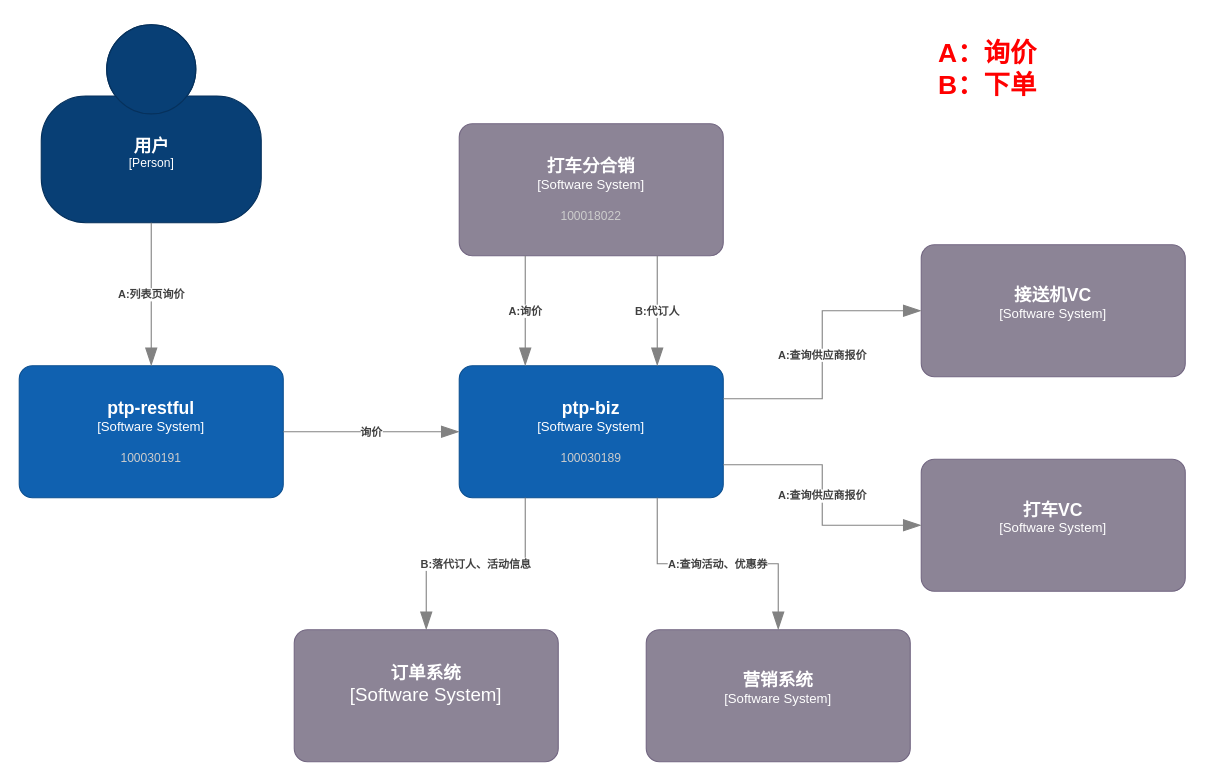
miareko/c4-diagram keeps this draw.io diagram as Untitled Diagram.drawio. Above is the earlier version. Source tidied: cells renumbered, new cells numbered last; positions are measured from the earlier drawing's top-left corner, leaving out a move shared by most shapes. Both pictures are drawn from the tidied source at 110%, with x=0, y=0 at pixel (19, 24).
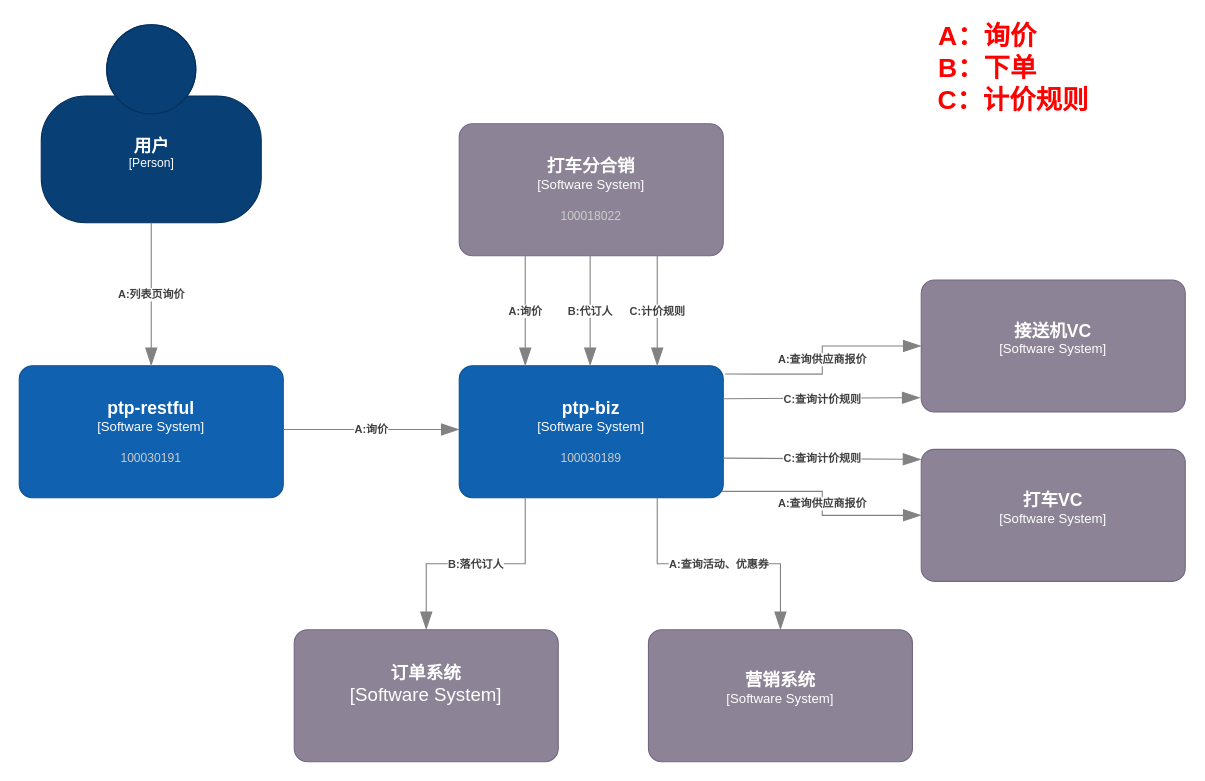
Above is the later version.

Unchanged cells that the change refers to:
```xml
<object id="3" label="&lt;font style=&quot;font-size: 16px&quot;&gt;&lt;b&gt;%c4Name%&lt;/b&gt;&lt;/font&gt;&lt;div&gt;[%c4Type%]&lt;/div&gt;&lt;br&gt;&lt;div&gt;&lt;font style=&quot;font-size: 11px&quot;&gt;&lt;font color=&quot;#cccccc&quot;&gt;%c4Description%&lt;/font&gt;&lt;/div&gt;" c4Description="100030191" c4Name="ptp-restful" c4Type="Software System" placeholders="1">
  <mxCell style="rounded=1;whiteSpace=wrap;html=1;labelBackgroundColor=none;fillColor=#1061B0;fontColor=#ffffff;align=center;arcSize=10;strokeColor=#0D5091;points=[[0.25,0,0],[0.5,0,0],[0.75,0,0],[1,0.25,0],[1,0.5,0],[1,0.75,0],[0.75,1,0],[0.5,1,0],[0.25,1,0],[0,0.75,0],[0,0.5,0],[0,0.25,0]];" parent="1" vertex="1">
    <mxGeometry y="310" width="240" height="120" as="geometry" />
  </mxCell>
</object>
<object id="4" label="&lt;font style=&quot;font-size: 16px&quot;&gt;&lt;b&gt;%c4Name%&lt;/b&gt;&lt;/font&gt;&lt;div&gt;[%c4Type%]&lt;/div&gt;&lt;br&gt;&lt;div&gt;&lt;font style=&quot;font-size: 11px&quot;&gt;&lt;font color=&quot;#cccccc&quot;&gt;%c4Description%&lt;/font&gt;&lt;/div&gt;" c4Description="100030189" c4Name="ptp-biz" c4Type="Software System" placeholders="1">
  <mxCell style="rounded=1;whiteSpace=wrap;html=1;labelBackgroundColor=none;fillColor=#1061B0;fontColor=#ffffff;align=center;arcSize=10;strokeColor=#0D5091;points=[[0.25,0,0],[0.5,0,0],[0.75,0,0],[1,0.25,0],[1,0.5,0],[1,0.75,0],[0.75,1,0],[0.5,1,0],[0.25,1,0],[0,0.75,0],[0,0.5,0],[0,0.25,0]];" parent="1" vertex="1">
    <mxGeometry x="400" y="310" width="240" height="120" as="geometry" />
  </mxCell>
</object>
<object id="8" label="&lt;font style=&quot;font-size: 16px&quot;&gt;&lt;b&gt;%c4Name%&lt;/b&gt;&lt;/font&gt;&lt;div&gt;[%c4Type%]&lt;/div&gt;&lt;br&gt;&lt;div&gt;&lt;font style=&quot;font-size: 11px&quot;&gt;&lt;font color=&quot;#cccccc&quot;&gt;%c4Description%&lt;/font&gt;&lt;/div&gt;" c4Description="100018022" c4Name="打车分合销" c4Type="Software System" placeholders="1">
  <mxCell style="rounded=1;whiteSpace=wrap;html=1;labelBackgroundColor=none;fillColor=#8C8496;fontColor=#ffffff;align=center;arcSize=10;strokeColor=#736782;points=[[0.25,0,0],[0.5,0,0],[0.75,0,0],[1,0.25,0],[1,0.5,0],[1,0.75,0],[0.75,1,0],[0.5,1,0],[0.25,1,0],[0,0.75,0],[0,0.5,0],[0,0.25,0]];" parent="1" vertex="1">
    <mxGeometry x="400" y="90" width="240" height="120" as="geometry" />
  </mxCell>
</object>
<object id="11" label="&lt;font style=&quot;font-size: 16px&quot;&gt;&lt;b&gt;%c4Name%&lt;/b&gt;&lt;/font&gt;&lt;div&gt;[%c4Type%]&lt;/div&gt;&lt;br&gt;&lt;div&gt;&lt;font style=&quot;font-size: 11px&quot;&gt;&lt;font color=&quot;#cccccc&quot;&gt;%c4Description%&lt;/font&gt;&lt;/div&gt;" c4Description="" c4Name="订单系统" c4Type="Software System" placeholders="1">
  <mxCell style="rounded=1;whiteSpace=wrap;html=1;labelBackgroundColor=none;fillColor=#8C8496;fontColor=#ffffff;align=center;arcSize=10;strokeColor=#736782;points=[[0.25,0,0],[0.5,0,0],[0.75,0,0],[1,0.25,0],[1,0.5,0],[1,0.75,0],[0.75,1,0],[0.5,1,0],[0.25,1,0],[0,0.75,0],[0,0.5,0],[0,0.25,0]];fontSize=17;" parent="1" vertex="1">
    <mxGeometry x="250" y="550" width="240" height="120" as="geometry" />
  </mxCell>
</object>
```

Diff of the diagram source:
```diff
@@
     <object id="5" label="&lt;font style=&quot;font-size: 16px&quot;&gt;&lt;b&gt;%c4Name%&lt;/b&gt;&lt;/font&gt;&lt;div&gt;[%c4Type%]&lt;/div&gt;&lt;br&gt;&lt;div&gt;&lt;font style=&quot;font-size: 11px&quot;&gt;&lt;font color=&quot;#cccccc&quot;&gt;%c4Description%&lt;/font&gt;&lt;/div&gt;" c4Description="" c4Name="接送机VC" c4Type="Software System" placeholders="1">
       <mxCell style="rounded=1;whiteSpace=wrap;html=1;labelBackgroundColor=none;fillColor=#8C8496;fontColor=#ffffff;align=center;arcSize=10;strokeColor=#736782;points=[[0.25,0,0],[0.5,0,0],[0.75,0,0],[1,0.25,0],[1,0.5,0],[1,0.75,0],[0.75,1,0],[0.5,1,0],[0.25,1,0],[0,0.75,0],[0,0.5,0],[0,0.25,0]];" parent="1" vertex="1">
-        <mxGeometry x="820" y="200" width="240" height="120" as="geometry" />
+        <mxGeometry x="820" y="232" width="240" height="120" as="geometry" />
       </mxCell>
     </object>
     <object id="6" label="&lt;font style=&quot;font-size: 16px&quot;&gt;&lt;b&gt;%c4Name%&lt;/b&gt;&lt;/font&gt;&lt;div&gt;[%c4Type%]&lt;/div&gt;&lt;br&gt;&lt;div&gt;&lt;font style=&quot;font-size: 11px&quot;&gt;&lt;font color=&quot;#cccccc&quot;&gt;%c4Description%&lt;/font&gt;&lt;/div&gt;" c4Description="" c4Name="打车VC" c4Type="Software System" placeholders="1">
       <mxCell style="rounded=1;whiteSpace=wrap;html=1;labelBackgroundColor=none;fillColor=#8C8496;fontColor=#ffffff;align=center;arcSize=10;strokeColor=#736782;points=[[0.25,0,0],[0.5,0,0],[0.75,0,0],[1,0.25,0],[1,0.5,0],[1,0.75,0],[0.75,1,0],[0.5,1,0],[0.25,1,0],[0,0.75,0],[0,0.5,0],[0,0.25,0]];" parent="1" vertex="1">
-        <mxGeometry x="820" y="395" width="240" height="120" as="geometry" />
+        <mxGeometry x="820" y="386" width="240" height="120" as="geometry" />
       </mxCell>
     </object>
     <object id="7" label="&lt;font style=&quot;font-size: 16px&quot;&gt;&lt;b&gt;%c4Name%&lt;/b&gt;&lt;/font&gt;&lt;div&gt;[%c4Type%]&lt;/div&gt;&lt;br&gt;&lt;div&gt;&lt;font style=&quot;font-size: 11px&quot;&gt;&lt;font color=&quot;#cccccc&quot;&gt;%c4Description%&lt;/font&gt;&lt;/div&gt;" c4Description="" c4Name="营销系统" c4Type="Software System" placeholders="1">
       <mxCell style="rounded=1;whiteSpace=wrap;html=1;labelBackgroundColor=none;fillColor=#8C8496;fontColor=#ffffff;align=center;arcSize=10;strokeColor=#736782;points=[[0.25,0,0],[0.5,0,0],[0.75,0,0],[1,0.25,0],[1,0.5,0],[1,0.75,0],[0.75,1,0],[0.5,1,0],[0.25,1,0],[0,0.75,0],[0,0.5,0],[0,0.25,0]];" parent="1" vertex="1">
-        <mxGeometry x="570" y="550" width="240" height="120" as="geometry" />
+        <mxGeometry x="572" y="550" width="240" height="120" as="geometry" />
       </mxCell>
     </object>
@@
-    <object id="10" label="&lt;div style=&quot;text-align: left&quot;&gt;&lt;div style=&quot;text-align: center&quot;&gt;&lt;b&gt;%c4Description%&lt;/b&gt;&lt;/div&gt;" c4Description="询价" placeholders="1">
-      <mxCell style="endArrow=blockThin;html=1;fontSize=10;fontColor=#404040;strokeWidth=1;endFill=1;strokeColor=#828282;elbow=vertical;endSize=14;startSize=14;jumpStyle=arc;jumpSize=16;rounded=0;edgeStyle=orthogonalEdgeStyle;" parent="1" edge="1" source="3">
+    <object id="10" label="&lt;div style=&quot;text-align: left&quot;&gt;&lt;div style=&quot;text-align: center&quot;&gt;&lt;b&gt;%c4Description%&lt;/b&gt;&lt;/div&gt;" c4Description="A:询价" placeholders="1">
+      <mxCell style="endArrow=blockThin;html=1;fontSize=10;fontColor=#404040;strokeWidth=1;endFill=1;strokeColor=#828282;elbow=vertical;endSize=14;startSize=14;jumpStyle=arc;jumpSize=16;rounded=0;edgeStyle=orthogonalEdgeStyle;" parent="1" edge="1">
         <mxGeometry relative="1" as="geometry">
-          <mxPoint x="400" y="370" as="targetPoint" />
+          <mxPoint x="240" y="368" as="sourcePoint" />
+          <mxPoint x="400" y="368" as="targetPoint" />
         </mxGeometry>
       </mxCell>
     </object>
@@
     <object id="12" label="&lt;div style=&quot;text-align: left&quot;&gt;&lt;div style=&quot;text-align: center&quot;&gt;&lt;b&gt;%c4Description%&lt;/b&gt;&lt;/div&gt;" c4Description="A:查询供应商报价" placeholders="1">
-      <mxCell style="endArrow=blockThin;html=1;fontSize=10;fontColor=#404040;strokeWidth=1;endFill=1;strokeColor=#828282;elbow=vertical;endSize=14;startSize=14;jumpStyle=arc;jumpSize=16;rounded=0;edgeStyle=orthogonalEdgeStyle;entryX=0;entryY=0.5;entryDx=0;entryDy=0;entryPerimeter=0;exitX=1;exitY=0.25;exitDx=0;exitDy=0;exitPerimeter=0;" parent="1" edge="1" source="4" target="5">
+      <mxCell style="endArrow=blockThin;html=1;fontSize=10;fontColor=#404040;strokeWidth=1;endFill=1;strokeColor=#828282;elbow=vertical;endSize=14;startSize=14;jumpStyle=arc;jumpSize=16;rounded=0;edgeStyle=orthogonalEdgeStyle;entryX=0;entryY=0.5;entryDx=0;entryDy=0;entryPerimeter=0;exitX=1.007;exitY=0.063;exitDx=0;exitDy=0;exitPerimeter=0;" parent="1" edge="1" source="4" target="5">
         <mxGeometry relative="1" as="geometry" />
       </mxCell>
     </object>
     <object id="13" label="&lt;div style=&quot;text-align: left&quot;&gt;&lt;div style=&quot;text-align: center&quot;&gt;&lt;b&gt;%c4Description%&lt;/b&gt;&lt;/div&gt;" c4Description="A:查询供应商报价" placeholders="1">
-      <mxCell style="endArrow=blockThin;html=1;fontSize=10;fontColor=#404040;strokeWidth=1;endFill=1;strokeColor=#828282;elbow=vertical;endSize=14;startSize=14;jumpStyle=arc;jumpSize=16;rounded=0;edgeStyle=orthogonalEdgeStyle;entryX=0;entryY=0.5;entryDx=0;entryDy=0;entryPerimeter=0;exitX=1;exitY=0.75;exitDx=0;exitDy=0;exitPerimeter=0;" parent="1" edge="1" source="4" target="6">
+      <mxCell style="endArrow=blockThin;html=1;fontSize=10;fontColor=#404040;strokeWidth=1;endFill=1;strokeColor=#828282;elbow=vertical;endSize=14;startSize=14;jumpStyle=arc;jumpSize=16;rounded=0;edgeStyle=orthogonalEdgeStyle;entryX=0;entryY=0.5;entryDx=0;entryDy=0;entryPerimeter=0;exitX=0.994;exitY=0.952;exitDx=0;exitDy=0;exitPerimeter=0;" parent="1" edge="1" source="4" target="6">
         <mxGeometry relative="1" as="geometry" />
       </mxCell>
     </object>
@@
-    <object id="15" label="&lt;div style=&quot;text-align: left&quot;&gt;&lt;div style=&quot;text-align: center&quot;&gt;&lt;b&gt;%c4Description%&lt;/b&gt;&lt;/div&gt;" c4Description="B:落代订人、活动信息" placeholders="1">
+    <object id="15" label="&lt;div style=&quot;text-align: left&quot;&gt;&lt;div style=&quot;text-align: center&quot;&gt;&lt;b&gt;%c4Description%&lt;/b&gt;&lt;/div&gt;" c4Description="B:落代订人" placeholders="1">
       <mxCell style="endArrow=blockThin;html=1;fontSize=10;fontColor=#404040;strokeWidth=1;endFill=1;strokeColor=#828282;elbow=vertical;endSize=14;startSize=14;jumpStyle=arc;jumpSize=16;rounded=0;edgeStyle=orthogonalEdgeStyle;exitX=0.25;exitY=1;exitDx=0;exitDy=0;exitPerimeter=0;entryX=0.5;entryY=0;entryDx=0;entryDy=0;entryPerimeter=0;" parent="1" edge="1" source="4" target="11">
         <mxGeometry relative="1" as="geometry" />
       </mxCell>
     </object>
@@
     <object id="17" label="&lt;div style=&quot;text-align: left&quot;&gt;&lt;div style=&quot;text-align: center&quot;&gt;&lt;b&gt;%c4Description%&lt;/b&gt;&lt;/div&gt;" c4Description="B:代订人" placeholders="1">
-      <mxCell style="endArrow=blockThin;html=1;fontSize=10;fontColor=#404040;strokeWidth=1;endFill=1;strokeColor=#828282;elbow=vertical;endSize=14;startSize=14;jumpStyle=arc;jumpSize=16;rounded=0;edgeStyle=orthogonalEdgeStyle;exitX=0.75;exitY=1;exitDx=0;exitDy=0;exitPerimeter=0;entryX=0.75;entryY=0;entryDx=0;entryDy=0;entryPerimeter=0;" parent="1" edge="1" source="8" target="4">
-        <mxGeometry relative="1" as="geometry" />
+      <mxCell style="endArrow=blockThin;html=1;fontSize=10;fontColor=#404040;strokeWidth=1;endFill=1;strokeColor=#828282;elbow=vertical;endSize=14;startSize=14;jumpStyle=arc;jumpSize=16;rounded=0;edgeStyle=orthogonalEdgeStyle;exitX=0.75;exitY=1;exitDx=0;exitDy=0;exitPerimeter=0;entryX=0.75;entryY=0;entryDx=0;entryDy=0;entryPerimeter=0;" parent="1" edge="1">
+        <mxGeometry relative="1" as="geometry">
+          <mxPoint x="519" y="210" as="sourcePoint" />
+          <mxPoint x="519" y="310" as="targetPoint" />
+        </mxGeometry>
       </mxCell>
     </object>
-    <mxCell id="18" value="A：询价&lt;br style=&quot;font-size: 24px;&quot;&gt;B：下单" style="text;html=1;align=center;verticalAlign=middle;strokeColor=none;fillColor=none;fontSize=24;fontColor=#FF0000;fontStyle=1;" parent="1" vertex="1">
-      <mxGeometry x="830" y="10" width="100" height="60" as="geometry" />
+    <mxCell id="18" value="A：询价&lt;br style=&quot;font-size: 24px;&quot;&gt;B：下单&lt;br&gt;&amp;nbsp; &amp;nbsp; &amp;nbsp; &amp;nbsp;C：计价规则" style="text;html=1;align=center;verticalAlign=middle;strokeColor=none;fillColor=none;fontSize=24;fontColor=#FF0000;fontStyle=1;" parent="1" vertex="1">
+      <mxGeometry x="780" y="-5" width="200" height="90" as="geometry" />
     </mxCell>
+    <object id="19" label="&lt;div style=&quot;text-align: left&quot;&gt;&lt;div style=&quot;text-align: center&quot;&gt;&lt;b&gt;%c4Description%&lt;/b&gt;&lt;/div&gt;" c4Description="C:计价规则" placeholders="1">
+      <mxCell style="endArrow=blockThin;html=1;fontSize=10;fontColor=#404040;strokeWidth=1;endFill=1;strokeColor=#828282;elbow=vertical;endSize=14;startSize=14;jumpStyle=arc;jumpSize=16;rounded=0;edgeStyle=orthogonalEdgeStyle;exitX=0.75;exitY=1;exitDx=0;exitDy=0;exitPerimeter=0;entryX=0.75;entryY=0;entryDx=0;entryDy=0;entryPerimeter=0;" parent="1" edge="1" source="8" target="4">
+        <mxGeometry relative="1" as="geometry" />
+      </mxCell>
+    </object>
+    <object id="20" label="&lt;div style=&quot;text-align: left&quot;&gt;&lt;div style=&quot;text-align: center&quot;&gt;&lt;b&gt;%c4Description%&lt;/b&gt;&lt;/div&gt;" c4Description="C:查询计价规则" placeholders="1">
+      <mxCell style="endArrow=blockThin;html=1;fontSize=10;fontColor=#404040;strokeWidth=1;endFill=1;strokeColor=#828282;elbow=vertical;endSize=14;startSize=14;jumpStyle=arc;jumpSize=16;rounded=0;edgeStyle=orthogonalEdgeStyle;exitX=1;exitY=0.25;exitDx=0;exitDy=0;exitPerimeter=0;entryX=-0.004;entryY=0.892;entryDx=0;entryDy=0;entryPerimeter=0;" parent="1" edge="1" source="4" target="5">
+        <mxGeometry relative="1" as="geometry" />
+      </mxCell>
+    </object>
+    <object id="21" label="&lt;div style=&quot;text-align: left&quot;&gt;&lt;div style=&quot;text-align: center&quot;&gt;&lt;b&gt;%c4Description%&lt;/b&gt;&lt;/div&gt;" c4Description="C:查询计价规则" placeholders="1">
+      <mxCell style="endArrow=blockThin;html=1;fontSize=10;fontColor=#404040;strokeWidth=1;endFill=1;strokeColor=#828282;elbow=vertical;endSize=14;startSize=14;jumpStyle=arc;jumpSize=16;rounded=0;edgeStyle=orthogonalEdgeStyle;entryX=-0.001;entryY=0.076;entryDx=0;entryDy=0;entryPerimeter=0;" parent="1" edge="1" target="6">
+        <mxGeometry relative="1" as="geometry">
+          <mxPoint x="640" y="394" as="sourcePoint" />
+        </mxGeometry>
+      </mxCell>
+    </object>
```
